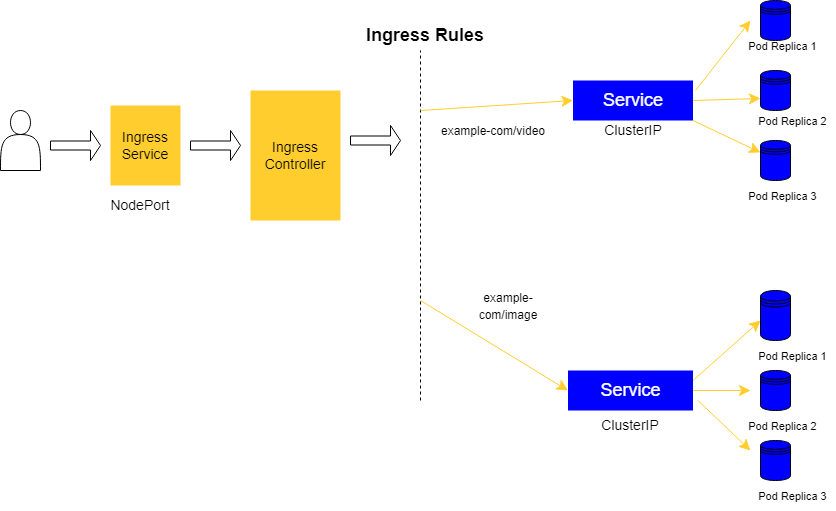
Earlier version of the draw.io export Wiki-page-images/New_Ingress_working_principle.png (dikshita-git/RP_Study-on-Ingress-and-its-security-IPv4-IPv6-). Source tidied: cells renumbered, new cells last; positions are measured from the earlier drawing's top-left corner, leaving out a move shared by most shapes. Its diagram source:
```xml
<mxGraphModel>
  <root>
    <mxCell id="0" />
    <mxCell id="1" parent="0" />
    <mxCell id="2" style="shape=actor;whiteSpace=wrap;html=1;" parent="1" vertex="1">
      <mxGeometry y="110" width="40" height="60" as="geometry" />
    </mxCell>
    <mxCell id="3" style="shape=singleArrow;whiteSpace=wrap;html=1;" parent="1" vertex="1">
      <mxGeometry x="50" y="130" width="50" height="30" as="geometry" />
    </mxCell>
    <mxCell id="4" value="&lt;font style=&quot;font-size: 14px&quot;&gt;Ingress Service&lt;/font&gt;" style="rounded=0;whiteSpace=wrap;html=1;fillColor=#FFCE2E;strokeColor=none;" parent="1" vertex="1">
      <mxGeometry x="110" y="105" width="70" height="80" as="geometry" />
    </mxCell>
    <mxCell id="5" style="shape=singleArrow;whiteSpace=wrap;html=1;" parent="1" vertex="1">
      <mxGeometry x="190" y="130" width="50" height="30" as="geometry" />
    </mxCell>
    <mxCell id="6" value="&lt;font style=&quot;font-size: 14px&quot;&gt;Ingress Controller&lt;/font&gt;" style="rounded=0;whiteSpace=wrap;html=1;fillColor=#FFCE2E;strokeColor=none;" parent="1" vertex="1">
      <mxGeometry x="250" y="90" width="90" height="130" as="geometry" />
    </mxCell>
    <mxCell id="7" style="shape=singleArrow;whiteSpace=wrap;html=1;" parent="1" vertex="1">
      <mxGeometry x="350" y="125" width="50" height="30" as="geometry" />
    </mxCell>
    <mxCell id="8" style="endArrow=none;dashed=1;html=1;rounded=0;fontSize=14;" parent="1" edge="1">
      <mxGeometry relative="1" as="geometry">
        <mxPoint x="420" y="400" as="sourcePoint" />
        <mxPoint x="420" y="50" as="targetPoint" />
      </mxGeometry>
    </mxCell>
    <mxCell id="9" value="NodePort" style="text;html=1;strokeColor=none;fillColor=none;align=center;verticalAlign=middle;whiteSpace=wrap;rounded=0;fontSize=14;" parent="1" vertex="1">
      <mxGeometry x="110" y="190" width="60" height="30" as="geometry" />
    </mxCell>
    <mxCell id="10" value="&lt;b&gt;&lt;font style=&quot;font-size: 18px&quot;&gt;Ingress Rules&lt;/font&gt;&lt;/b&gt;" style="text;html=1;strokeColor=none;fillColor=none;align=center;verticalAlign=middle;whiteSpace=wrap;rounded=0;fontSize=14;" parent="1" vertex="1">
      <mxGeometry x="355" y="20" width="140" height="30" as="geometry" />
    </mxCell>
    <mxCell id="11" style="endArrow=classic;html=1;rounded=0;fontSize=18;strokeColor=#FFCE2E;jumpSize=11;endSize=9;startSize=9;entryX=0;entryY=0.5;entryDx=0;entryDy=0;" parent="1" edge="1" target="13">
      <mxGeometry relative="1" as="geometry">
        <mxPoint x="420" y="110" as="sourcePoint" />
      </mxGeometry>
    </mxCell>
    <mxCell id="12" style="endArrow=classic;html=1;rounded=0;fontSize=18;strokeColor=#FFCE2E;jumpSize=11;endSize=9;startSize=9;entryX=0;entryY=0.5;entryDx=0;entryDy=0;" parent="1" edge="1" target="14">
      <mxGeometry relative="1" as="geometry">
        <mxPoint x="420" y="300" as="sourcePoint" />
      </mxGeometry>
    </mxCell>
    <mxCell id="13" value="&lt;font color=&quot;#ffffff&quot;&gt;Service&lt;/font&gt;" style="rounded=0;whiteSpace=wrap;html=1;fontSize=18;fillColor=#0000FF;strokeColor=none;" parent="1" vertex="1">
      <mxGeometry x="572.5" y="80" width="120" height="40" as="geometry" />
    </mxCell>
    <mxCell id="14" value="&lt;font color=&quot;#ffffff&quot;&gt;Service&lt;/font&gt;" style="rounded=0;whiteSpace=wrap;html=1;fontSize=18;fillColor=#0000FF;strokeColor=none;" parent="1" vertex="1">
      <mxGeometry x="567.5" y="370" width="125" height="40" as="geometry" />
    </mxCell>
    <mxCell id="15" value="ClusterIP" style="text;html=1;strokeColor=none;fillColor=none;align=center;verticalAlign=middle;whiteSpace=wrap;rounded=0;fontSize=14;" parent="1" vertex="1">
      <mxGeometry x="602.5" y="120" width="60" height="20" as="geometry" />
    </mxCell>
    <mxCell id="16" value="ClusterIP" style="text;html=1;strokeColor=none;fillColor=none;align=center;verticalAlign=middle;whiteSpace=wrap;rounded=0;fontSize=14;" parent="1" vertex="1">
      <mxGeometry x="600" y="410" width="60" height="30" as="geometry" />
    </mxCell>
    <mxCell id="17" value="&lt;font style=&quot;font-size: 12px&quot;&gt;example-com/video&lt;/font&gt;" style="text;html=1;strokeColor=none;fillColor=none;align=center;verticalAlign=middle;whiteSpace=wrap;rounded=0;fontSize=14;strokeWidth=10;" parent="1" vertex="1">
      <mxGeometry x="412.5" y="105" width="160" height="50" as="geometry" />
    </mxCell>
    <mxCell id="18" value="&lt;font style=&quot;font-size: 12px&quot;&gt;example-com/image&lt;/font&gt;" style="text;html=1;strokeColor=none;fillColor=none;align=center;verticalAlign=middle;whiteSpace=wrap;rounded=0;fontSize=14;" parent="1" vertex="1">
      <mxGeometry x="452.5" y="290" width="110" height="30" as="geometry" />
    </mxCell>
    <mxCell id="19" style="endArrow=classic;html=1;rounded=0;fontSize=12;fontColor=#FFFFFF;startSize=9;endSize=9;strokeColor=#FFCE2E;jumpSize=11;" parent="1" edge="1">
      <mxGeometry relative="1" as="geometry">
        <mxPoint x="695" y="90" as="sourcePoint" />
        <mxPoint x="750" y="20" as="targetPoint" />
      </mxGeometry>
    </mxCell>
    <mxCell id="20" style="endArrow=classic;html=1;rounded=0;fontSize=12;fontColor=#FFFFFF;startSize=9;endSize=9;strokeColor=#FFCE2E;jumpSize=11;entryX=0;entryY=0.7;entryDx=0;entryDy=0;exitX=1;exitY=0.5;exitDx=0;exitDy=0;" parent="1" edge="1" source="13" target="27">
      <mxGeometry relative="1" as="geometry" />
    </mxCell>
    <mxCell id="21" style="endArrow=classic;html=1;rounded=0;fontSize=12;fontColor=#FFFFFF;startSize=9;endSize=9;strokeColor=#FFCE2E;jumpSize=11;entryX=0;entryY=0.3;entryDx=0;entryDy=0;exitX=1;exitY=1;exitDx=0;exitDy=0;" parent="1" edge="1" source="13" target="28">
      <mxGeometry relative="1" as="geometry" />
    </mxCell>
    <mxCell id="22" style="endArrow=classic;html=1;rounded=0;fontSize=12;fontColor=#FFFFFF;startSize=9;endSize=9;strokeColor=#FFCE2E;jumpSize=11;" parent="1" edge="1">
      <mxGeometry relative="1" as="geometry">
        <mxPoint x="692.5" y="380" as="sourcePoint" />
        <mxPoint x="760" y="320" as="targetPoint" />
      </mxGeometry>
    </mxCell>
    <mxCell id="23" style="endArrow=classic;html=1;rounded=0;fontSize=12;fontColor=#FFFFFF;startSize=9;endSize=9;strokeColor=#FFCE2E;jumpSize=11;" parent="1" edge="1">
      <mxGeometry relative="1" as="geometry">
        <mxPoint x="692.5" y="390" as="sourcePoint" />
        <mxPoint x="750" y="390" as="targetPoint" />
      </mxGeometry>
    </mxCell>
    <mxCell id="24" style="endArrow=classic;html=1;rounded=0;fontSize=12;fontColor=#FFFFFF;startSize=9;endSize=9;strokeColor=#FFCE2E;jumpSize=11;" parent="1" edge="1">
      <mxGeometry relative="1" as="geometry">
        <mxPoint x="697.5" y="400" as="sourcePoint" />
        <mxPoint x="750" y="450" as="targetPoint" />
      </mxGeometry>
    </mxCell>
    <mxCell id="25" value="&lt;font style=&quot;font-size: 11px&quot;&gt;Pod Replica 1&lt;/font&gt;" style="text;html=1;strokeColor=none;fillColor=none;align=center;verticalAlign=middle;whiteSpace=wrap;rounded=0;fontSize=14;" parent="1" vertex="1">
      <mxGeometry x="740" y="30" width="85" height="30" as="geometry" />
    </mxCell>
    <mxCell id="26" style="shape=datastore;whiteSpace=wrap;html=1;fontSize=11;fontColor=#FFFFFF;fillColor=#0000FF;strokeColor=default;" parent="1" vertex="1">
      <mxGeometry x="760" width="30" height="40" as="geometry" />
    </mxCell>
    <mxCell id="27" style="shape=datastore;whiteSpace=wrap;html=1;fontSize=11;fontColor=#FFFFFF;fillColor=#0000FF;strokeColor=default;" parent="1" vertex="1">
      <mxGeometry x="760" y="70" width="30" height="40" as="geometry" />
    </mxCell>
    <mxCell id="28" style="shape=datastore;whiteSpace=wrap;html=1;fontSize=11;fontColor=#FFFFFF;fillColor=#0000FF;strokeColor=default;" parent="1" vertex="1">
      <mxGeometry x="760" y="140" width="30" height="40" as="geometry" />
    </mxCell>
    <mxCell id="29" value="&lt;font style=&quot;font-size: 11px&quot;&gt;Pod Replica 2&lt;/font&gt;" style="text;html=1;strokeColor=none;fillColor=none;align=center;verticalAlign=middle;whiteSpace=wrap;rounded=0;fontSize=14;" parent="1" vertex="1">
      <mxGeometry x="750" y="105" width="85" height="30" as="geometry" />
    </mxCell>
    <mxCell id="30" value="&lt;font style=&quot;font-size: 11px&quot;&gt;Pod Replica 3&lt;/font&gt;" style="text;html=1;strokeColor=none;fillColor=none;align=center;verticalAlign=middle;whiteSpace=wrap;rounded=0;fontSize=14;" parent="1" vertex="1">
      <mxGeometry x="740" y="180" width="85" height="30" as="geometry" />
    </mxCell>
    <mxCell id="31" style="shape=datastore;whiteSpace=wrap;html=1;fontSize=11;fontColor=#FFFFFF;fillColor=#0000FF;strokeColor=default;" parent="1" vertex="1">
      <mxGeometry x="760" y="290" width="30" height="50" as="geometry" />
    </mxCell>
    <mxCell id="32" style="shape=datastore;whiteSpace=wrap;html=1;fontSize=11;fontColor=#FFFFFF;fillColor=#0000FF;strokeColor=default;" parent="1" vertex="1">
      <mxGeometry x="760" y="370" width="30" height="40" as="geometry" />
    </mxCell>
    <mxCell id="33" style="shape=datastore;whiteSpace=wrap;html=1;fontSize=11;fontColor=#FFFFFF;fillColor=#0000FF;strokeColor=default;" parent="1" vertex="1">
      <mxGeometry x="760" y="440" width="30" height="40" as="geometry" />
    </mxCell>
    <mxCell id="34" value="&lt;font style=&quot;font-size: 11px&quot;&gt;Pod Replica 1&lt;/font&gt;" style="text;html=1;strokeColor=none;fillColor=none;align=center;verticalAlign=middle;whiteSpace=wrap;rounded=0;fontSize=14;" parent="1" vertex="1">
      <mxGeometry x="750" y="340" width="85" height="30" as="geometry" />
    </mxCell>
    <mxCell id="35" value="&lt;font style=&quot;font-size: 11px&quot;&gt;Pod Replica 2&lt;/font&gt;" style="text;html=1;strokeColor=none;fillColor=none;align=center;verticalAlign=middle;whiteSpace=wrap;rounded=0;fontSize=14;" parent="1" vertex="1">
      <mxGeometry x="740" y="410" width="85" height="30" as="geometry" />
    </mxCell>
    <mxCell id="36" value="&lt;font style=&quot;font-size: 11px&quot;&gt;Pod Replica 3&lt;/font&gt;" style="text;html=1;strokeColor=none;fillColor=none;align=center;verticalAlign=middle;whiteSpace=wrap;rounded=0;fontSize=14;" parent="1" vertex="1">
      <mxGeometry x="750" y="480" width="85" height="30" as="geometry" />
    </mxCell>
  </root>
</mxGraphModel>
```
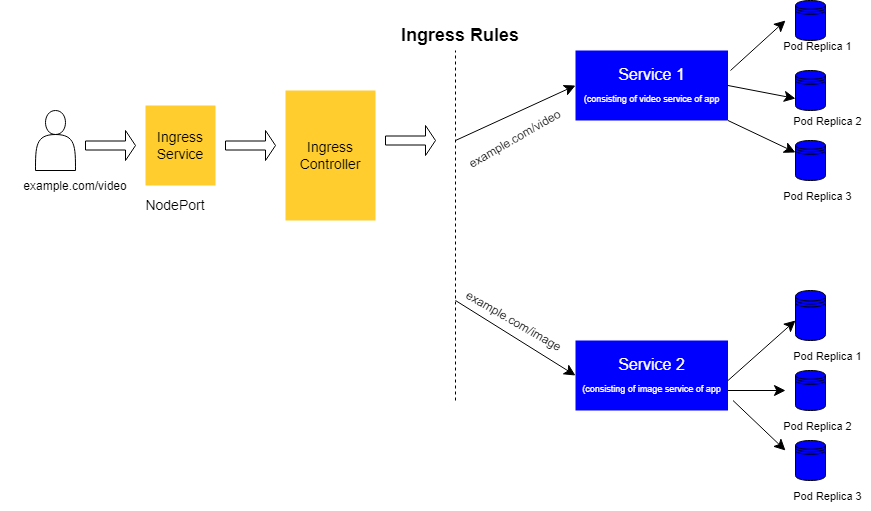
After the change.

Change to the diagram source:
```diff
@@ -32,59 +32,53 @@
     <mxCell id="10" value="&lt;b&gt;&lt;font style=&quot;font-size: 18px&quot;&gt;Ingress Rules&lt;/font&gt;&lt;/b&gt;" style="text;html=1;strokeColor=none;fillColor=none;align=center;verticalAlign=middle;whiteSpace=wrap;rounded=0;fontSize=14;" parent="1" vertex="1">
       <mxGeometry x="355" y="20" width="140" height="30" as="geometry" />
     </mxCell>
-    <mxCell id="11" style="endArrow=classic;html=1;rounded=0;fontSize=18;strokeColor=#FFCE2E;jumpSize=11;endSize=9;startSize=9;entryX=0;entryY=0.5;entryDx=0;entryDy=0;" parent="1" edge="1" target="13">
+    <mxCell id="11" style="endArrow=classic;html=1;rounded=0;fontSize=18;strokeColor=#000000;jumpSize=11;endSize=9;startSize=9;entryX=0;entryY=0.5;entryDx=0;entryDy=0;" parent="1" edge="1" target="13">
       <mxGeometry relative="1" as="geometry">
-        <mxPoint x="420" y="110" as="sourcePoint" />
+        <mxPoint x="420" y="140" as="sourcePoint" />
       </mxGeometry>
     </mxCell>
-    <mxCell id="12" style="endArrow=classic;html=1;rounded=0;fontSize=18;strokeColor=#FFCE2E;jumpSize=11;endSize=9;startSize=9;entryX=0;entryY=0.5;entryDx=0;entryDy=0;" parent="1" edge="1" target="14">
+    <mxCell id="12" style="endArrow=classic;html=1;rounded=0;fontSize=18;strokeColor=default;jumpSize=11;endSize=9;startSize=9;entryX=0;entryY=0.5;entryDx=0;entryDy=0;" parent="1" edge="1" target="14">
       <mxGeometry relative="1" as="geometry">
         <mxPoint x="420" y="300" as="sourcePoint" />
       </mxGeometry>
     </mxCell>
-    <mxCell id="13" value="&lt;font color=&quot;#ffffff&quot;&gt;Service&lt;/font&gt;" style="rounded=0;whiteSpace=wrap;html=1;fontSize=18;fillColor=#0000FF;strokeColor=none;" parent="1" vertex="1">
-      <mxGeometry x="572.5" y="80" width="120" height="40" as="geometry" />
+    <mxCell id="13" value="&lt;font style=&quot;&quot; color=&quot;#ffffff&quot;&gt;&lt;span style=&quot;font-size: 16px;&quot;&gt;Service 1&lt;/span&gt;&lt;br&gt;&lt;font style=&quot;font-size: 9px;&quot;&gt;(consisting of video service of app&lt;/font&gt;&lt;br&gt;&lt;/font&gt;" style="rounded=0;whiteSpace=wrap;html=1;fontSize=18;fillColor=#0000FF;strokeColor=none;" parent="1" vertex="1">
+      <mxGeometry x="540" y="50" width="152.5" height="70" as="geometry" />
     </mxCell>
-    <mxCell id="14" value="&lt;font color=&quot;#ffffff&quot;&gt;Service&lt;/font&gt;" style="rounded=0;whiteSpace=wrap;html=1;fontSize=18;fillColor=#0000FF;strokeColor=none;" parent="1" vertex="1">
-      <mxGeometry x="567.5" y="370" width="125" height="40" as="geometry" />
+    <mxCell id="14" value="&lt;font style=&quot;font-size: 16px;&quot; color=&quot;#ffffff&quot;&gt;Service 2&lt;br&gt;&lt;/font&gt;&lt;span style=&quot;color: rgb(255, 255, 255);&quot;&gt;&lt;font style=&quot;font-size: 9px;&quot;&gt;(consisting of image service of app&lt;/font&gt;&lt;/span&gt;&lt;font color=&quot;#ffffff&quot;&gt;&lt;br&gt;&lt;/font&gt;" style="rounded=0;whiteSpace=wrap;html=1;fontSize=18;fillColor=#0000FF;strokeColor=none;" parent="1" vertex="1">
+      <mxGeometry x="540" y="340" width="152.5" height="70" as="geometry" />
     </mxCell>
-    <mxCell id="15" value="ClusterIP" style="text;html=1;strokeColor=none;fillColor=none;align=center;verticalAlign=middle;whiteSpace=wrap;rounded=0;fontSize=14;" parent="1" vertex="1">
-      <mxGeometry x="602.5" y="120" width="60" height="20" as="geometry" />
-    </mxCell>
-    <mxCell id="16" value="ClusterIP" style="text;html=1;strokeColor=none;fillColor=none;align=center;verticalAlign=middle;whiteSpace=wrap;rounded=0;fontSize=14;" parent="1" vertex="1">
-      <mxGeometry x="600" y="410" width="60" height="30" as="geometry" />
-    </mxCell>
-    <mxCell id="17" value="&lt;font style=&quot;font-size: 12px&quot;&gt;example-com/video&lt;/font&gt;" style="text;html=1;strokeColor=none;fillColor=none;align=center;verticalAlign=middle;whiteSpace=wrap;rounded=0;fontSize=14;strokeWidth=10;" parent="1" vertex="1">
-      <mxGeometry x="412.5" y="105" width="160" height="50" as="geometry" />
+    <mxCell id="17" value="&lt;font style=&quot;font-size: 12px&quot;&gt;example.com/video&lt;/font&gt;" style="text;html=1;strokeColor=none;fillColor=none;align=center;verticalAlign=middle;whiteSpace=wrap;rounded=0;fontSize=14;strokeWidth=10;rotation=-30;" parent="1" vertex="1">
+      <mxGeometry x="415" y="130" width="127.5" height="15" as="geometry" />
     </mxCell>
-    <mxCell id="18" value="&lt;font style=&quot;font-size: 12px&quot;&gt;example-com/image&lt;/font&gt;" style="text;html=1;strokeColor=none;fillColor=none;align=center;verticalAlign=middle;whiteSpace=wrap;rounded=0;fontSize=14;" parent="1" vertex="1">
-      <mxGeometry x="452.5" y="290" width="110" height="30" as="geometry" />
+    <mxCell id="18" value="&lt;font style=&quot;font-size: 12px&quot;&gt;example.com/image&lt;/font&gt;" style="text;html=1;strokeColor=none;fillColor=none;align=center;verticalAlign=middle;whiteSpace=wrap;rounded=0;fontSize=14;rotation=30;" parent="1" vertex="1">
+      <mxGeometry x="430" y="310" width="97.5" height="20" as="geometry" />
     </mxCell>
-    <mxCell id="19" style="endArrow=classic;html=1;rounded=0;fontSize=12;fontColor=#FFFFFF;startSize=9;endSize=9;strokeColor=#FFCE2E;jumpSize=11;" parent="1" edge="1">
+    <mxCell id="19" style="endArrow=classic;html=1;rounded=0;fontSize=12;fontColor=#FFFFFF;startSize=9;endSize=9;strokeColor=default;jumpSize=11;" parent="1" edge="1">
       <mxGeometry relative="1" as="geometry">
-        <mxPoint x="695" y="90" as="sourcePoint" />
+        <mxPoint x="695" y="70" as="sourcePoint" />
         <mxPoint x="750" y="20" as="targetPoint" />
       </mxGeometry>
     </mxCell>
-    <mxCell id="20" style="endArrow=classic;html=1;rounded=0;fontSize=12;fontColor=#FFFFFF;startSize=9;endSize=9;strokeColor=#FFCE2E;jumpSize=11;entryX=0;entryY=0.7;entryDx=0;entryDy=0;exitX=1;exitY=0.5;exitDx=0;exitDy=0;" parent="1" edge="1" source="13" target="27">
+    <mxCell id="20" style="endArrow=classic;html=1;rounded=0;fontSize=12;fontColor=#FFFFFF;startSize=9;endSize=9;strokeColor=default;jumpSize=11;entryX=0;entryY=0.7;entryDx=0;entryDy=0;exitX=1;exitY=0.5;exitDx=0;exitDy=0;" parent="1" edge="1" source="13" target="27">
       <mxGeometry relative="1" as="geometry" />
     </mxCell>
-    <mxCell id="21" style="endArrow=classic;html=1;rounded=0;fontSize=12;fontColor=#FFFFFF;startSize=9;endSize=9;strokeColor=#FFCE2E;jumpSize=11;entryX=0;entryY=0.3;entryDx=0;entryDy=0;exitX=1;exitY=1;exitDx=0;exitDy=0;" parent="1" edge="1" source="13" target="28">
+    <mxCell id="21" style="endArrow=classic;html=1;rounded=0;fontSize=12;fontColor=#FFFFFF;startSize=9;endSize=9;strokeColor=default;jumpSize=11;entryX=0;entryY=0.3;entryDx=0;entryDy=0;exitX=1;exitY=1;exitDx=0;exitDy=0;" parent="1" edge="1" source="13" target="28">
       <mxGeometry relative="1" as="geometry" />
     </mxCell>
-    <mxCell id="22" style="endArrow=classic;html=1;rounded=0;fontSize=12;fontColor=#FFFFFF;startSize=9;endSize=9;strokeColor=#FFCE2E;jumpSize=11;" parent="1" edge="1">
+    <mxCell id="22" style="endArrow=classic;html=1;rounded=0;fontSize=12;fontColor=#FFFFFF;startSize=9;endSize=9;strokeColor=default;jumpSize=11;" parent="1" edge="1">
       <mxGeometry relative="1" as="geometry">
         <mxPoint x="692.5" y="380" as="sourcePoint" />
         <mxPoint x="760" y="320" as="targetPoint" />
       </mxGeometry>
     </mxCell>
-    <mxCell id="23" style="endArrow=classic;html=1;rounded=0;fontSize=12;fontColor=#FFFFFF;startSize=9;endSize=9;strokeColor=#FFCE2E;jumpSize=11;" parent="1" edge="1">
+    <mxCell id="23" style="endArrow=classic;html=1;rounded=0;fontSize=12;fontColor=#FFFFFF;startSize=9;endSize=9;strokeColor=default;jumpSize=11;" parent="1" edge="1">
       <mxGeometry relative="1" as="geometry">
         <mxPoint x="692.5" y="390" as="sourcePoint" />
         <mxPoint x="750" y="390" as="targetPoint" />
       </mxGeometry>
     </mxCell>
-    <mxCell id="24" style="endArrow=classic;html=1;rounded=0;fontSize=12;fontColor=#FFFFFF;startSize=9;endSize=9;strokeColor=#FFCE2E;jumpSize=11;" parent="1" edge="1">
+    <mxCell id="24" style="endArrow=classic;html=1;rounded=0;fontSize=12;fontColor=#FFFFFF;startSize=9;endSize=9;strokeColor=default;jumpSize=11;" parent="1" edge="1">
       <mxGeometry relative="1" as="geometry">
         <mxPoint x="697.5" y="400" as="sourcePoint" />
         <mxPoint x="750" y="450" as="targetPoint" />
@@ -126,5 +120,8 @@
     <mxCell id="36" value="&lt;font style=&quot;font-size: 11px&quot;&gt;Pod Replica 3&lt;/font&gt;" style="text;html=1;strokeColor=none;fillColor=none;align=center;verticalAlign=middle;whiteSpace=wrap;rounded=0;fontSize=14;" parent="1" vertex="1">
       <mxGeometry x="750" y="480" width="85" height="30" as="geometry" />
     </mxCell>
+    <mxCell id="37" value="&lt;font style=&quot;font-size: 12px&quot;&gt;example.com/video&lt;/font&gt;" style="text;html=1;strokeColor=none;fillColor=none;align=center;verticalAlign=middle;whiteSpace=wrap;rounded=0;fontSize=14;strokeWidth=10;" parent="1" vertex="1">
+      <mxGeometry x="-30" y="170" width="140" height="30" as="geometry" />
+    </mxCell>
   </root>
 </mxGraphModel>
```
